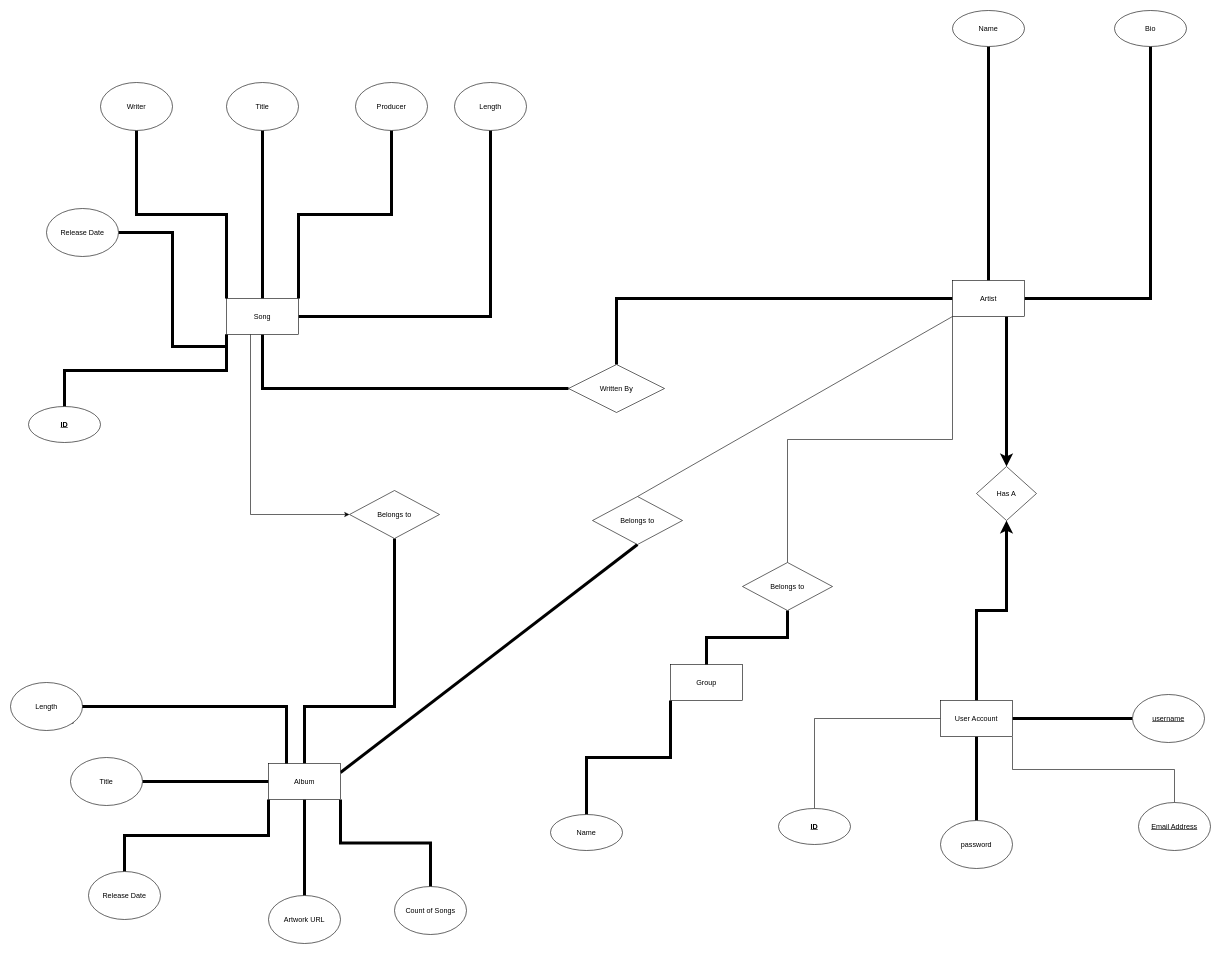
Before: Python/2-SQL/portfolio_project/my_spotify_clone.drawio in ericdwkim/nucamp-python, a draw.io diagram. Source tidied: cells renumbered, new cells numbered last; positions are measured from the earlier drawing's top-left corner, leaving out a move shared by most shapes. Both pictures are drawn from the tidied source at 60%, with x=0, y=0 at pixel (10, 10).
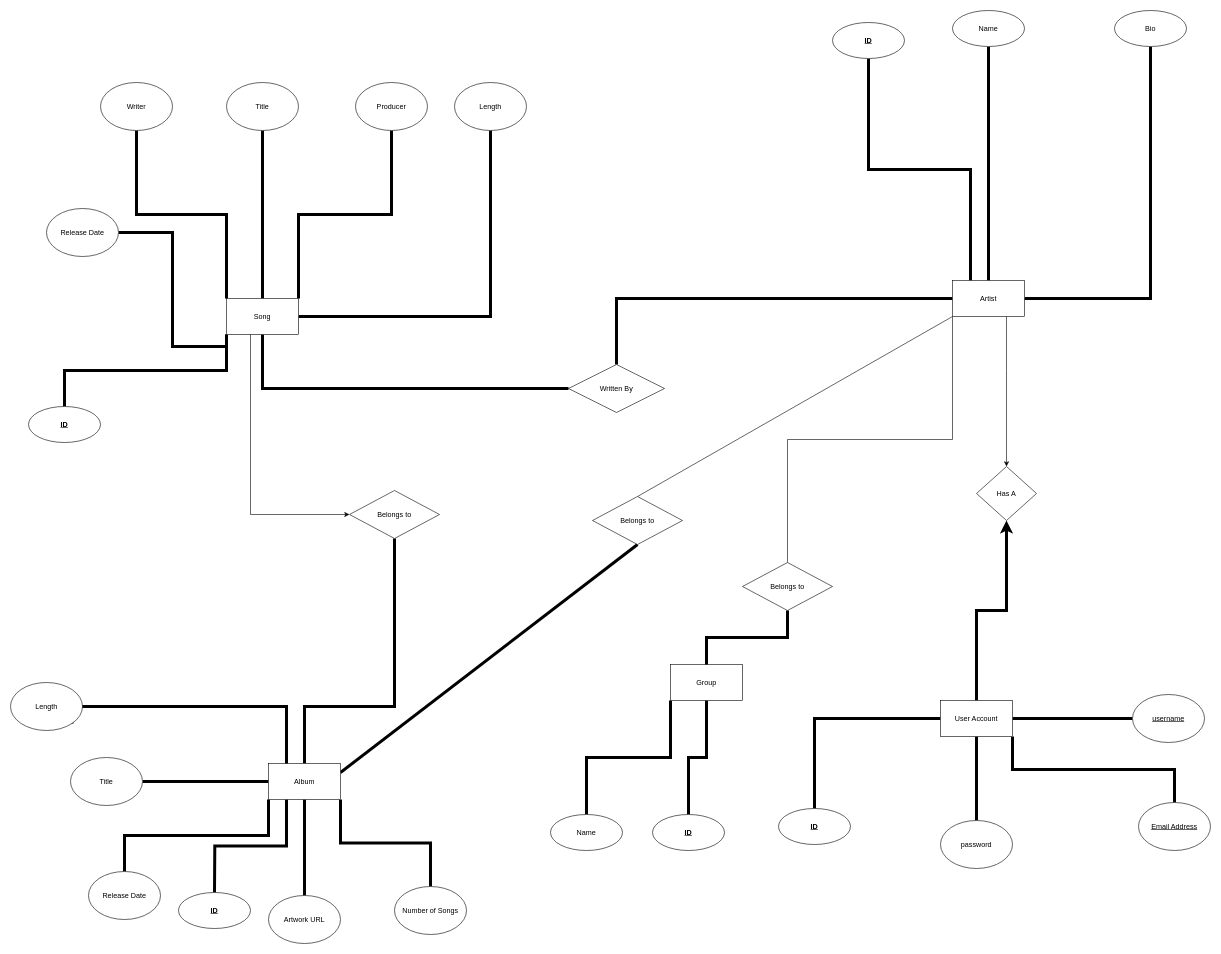
The same page after the edit.

Unchanged cells that the change refers to:
```xml
<mxCell id="16" value="Album" style="rounded=0;whiteSpace=wrap;html=1;" parent="1" vertex="1">
  <mxGeometry x="430" y="1255" width="120" height="60" as="geometry" />
</mxCell>
<mxCell id="30" value="Artist" style="rounded=0;whiteSpace=wrap;html=1;" parent="1" vertex="1">
  <mxGeometry x="1570" y="450" width="120" height="60" as="geometry" />
</mxCell>
<mxCell id="38" value="User Account" style="rounded=0;whiteSpace=wrap;html=1;" parent="1" vertex="1">
  <mxGeometry x="1550" y="1150" width="120" height="60" as="geometry" />
</mxCell>
<mxCell id="41" value="Has A" style="rhombus;whiteSpace=wrap;html=1;rounded=0;" parent="1" vertex="1">
  <mxGeometry x="1610" y="760" width="100" height="90" as="geometry" />
</mxCell>
<mxCell id="46" value="&lt;b&gt;&lt;u&gt;ID&lt;/u&gt;&lt;/b&gt;" style="ellipse;whiteSpace=wrap;html=1;rounded=0;" parent="1" vertex="1">
  <mxGeometry x="1280" y="1330" width="120" height="60" as="geometry" />
</mxCell>
<mxCell id="47" value="&lt;u&gt;Email Address&lt;/u&gt;" style="ellipse;whiteSpace=wrap;html=1;" parent="1" vertex="1">
  <mxGeometry x="1880" y="1320" width="120" height="80" as="geometry" />
</mxCell>
<mxCell id="51" value="Group" style="rounded=0;whiteSpace=wrap;html=1;" parent="1" vertex="1">
  <mxGeometry x="1100" y="1090" width="120" height="60" as="geometry" />
</mxCell>
```

The edit, as a diff of the source:
```diff
@@
+    <mxCell id="58" style="edgeStyle=orthogonalEdgeStyle;rounded=0;jettySize=auto;html=1;exitX=0.25;exitY=1;exitDx=0;exitDy=0;endArrow=none;endFill=0;strokeWidth=5;" parent="1" edge="1" source="16">
+      <mxGeometry relative="1" as="geometry">
+        <mxPoint x="340" y="1470" as="targetPoint" />
+      </mxGeometry>
+    </mxCell>
@@
-    <mxCell id="28" style="edgeStyle=orthogonalEdgeStyle;rounded=0;jettySize=auto;html=1;endArrow=classic;endFill=1;strokeWidth=5;" parent="1" edge="1" source="30" target="41">
+    <mxCell id="28" style="edgeStyle=orthogonalEdgeStyle;rounded=0;jettySize=auto;html=1;endArrow=classic;endFill=1;strokeWidth=1;" parent="1" edge="1" source="30" target="41">
       <mxGeometry relative="1" as="geometry">
         <Array as="points">
           <mxPoint x="1660" y="600" />
           <mxPoint x="1660" y="600" />
         </Array>
       </mxGeometry>
     </mxCell>
@@
+    <mxCell id="59" style="edgeStyle=orthogonalEdgeStyle;rounded=0;jettySize=auto;html=1;exitX=0.25;exitY=0;exitDx=0;exitDy=0;entryX=0.5;entryY=1;entryDx=0;entryDy=0;endArrow=none;endFill=0;strokeWidth=5;" parent="1" edge="1" source="30" target="63">
+      <mxGeometry relative="1" as="geometry" />
+    </mxCell>
@@
-    <mxCell id="36" style="edgeStyle=orthogonalEdgeStyle;rounded=0;jettySize=auto;html=1;endArrow=none;endFill=0;strokeWidth=1;" parent="1" edge="1" source="38" target="46">
+    <mxCell id="36" style="edgeStyle=orthogonalEdgeStyle;rounded=0;jettySize=auto;html=1;endArrow=none;endFill=0;strokeWidth=5;endSize=5;" parent="1" edge="1" source="38" target="46">
       <mxGeometry relative="1" as="geometry" />
     </mxCell>
-    <mxCell id="37" style="edgeStyle=orthogonalEdgeStyle;rounded=0;jettySize=auto;html=1;exitX=1;exitY=1;exitDx=0;exitDy=0;endArrow=none;endFill=0;strokeWidth=1;" parent="1" edge="1" source="38" target="47">
+    <mxCell id="37" style="edgeStyle=orthogonalEdgeStyle;rounded=0;jettySize=auto;html=1;exitX=1;exitY=1;exitDx=0;exitDy=0;endArrow=none;endFill=0;strokeWidth=5;endSize=5;" parent="1" edge="1" source="38" target="47">
       <mxGeometry relative="1" as="geometry" />
     </mxCell>
@@
+    <mxCell id="60" style="edgeStyle=orthogonalEdgeStyle;rounded=0;jettySize=auto;html=1;exitX=0.5;exitY=1;exitDx=0;exitDy=0;entryX=0.5;entryY=0;entryDx=0;entryDy=0;endArrow=none;endFill=0;strokeWidth=5;" parent="1" edge="1" source="51" target="62">
+      <mxGeometry relative="1" as="geometry" />
+    </mxCell>
@@
-    <mxCell id="57" value="Count of Songs" style="ellipse;whiteSpace=wrap;html=1;" parent="1" vertex="1">
+    <mxCell id="57" value="Number of Songs" style="ellipse;whiteSpace=wrap;html=1;" parent="1" vertex="1">
       <mxGeometry x="640" y="1460" width="120" height="80" as="geometry" />
     </mxCell>
+    <mxCell id="61" value="&lt;b&gt;&lt;u&gt;ID&lt;/u&gt;&lt;/b&gt;" style="ellipse;whiteSpace=wrap;html=1;rounded=0;" parent="1" vertex="1">
+      <mxGeometry x="280" y="1470" width="120" height="60" as="geometry" />
+    </mxCell>
+    <mxCell id="62" value="&lt;b&gt;&lt;u&gt;ID&lt;/u&gt;&lt;/b&gt;" style="ellipse;whiteSpace=wrap;html=1;rounded=0;" parent="1" vertex="1">
+      <mxGeometry x="1070" y="1340" width="120" height="60" as="geometry" />
+    </mxCell>
+    <mxCell id="63" value="&lt;b&gt;&lt;u&gt;ID&lt;/u&gt;&lt;/b&gt;" style="ellipse;whiteSpace=wrap;html=1;rounded=0;" parent="1" vertex="1">
+      <mxGeometry x="1370" y="20" width="120" height="60" as="geometry" />
+    </mxCell>
```
